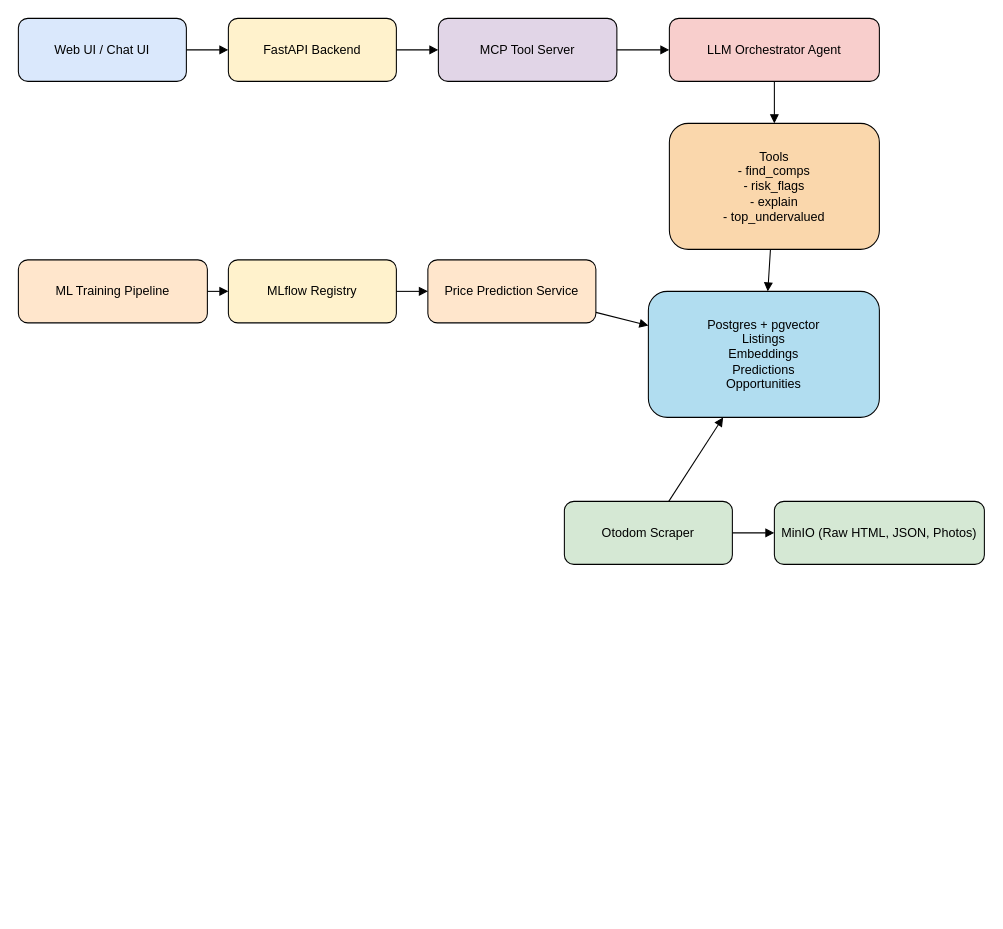
Before: architecture.drawio in kyryloku-wk/realestate-ai, a draw.io diagram. Source tidied: cells renumbered, new cells numbered last; positions are measured from the earlier drawing's top-left corner, leaving out a move shared by most shapes. Both pictures are drawn from the tidied source at 105%, with x=0, y=0 at pixel (18, 18).
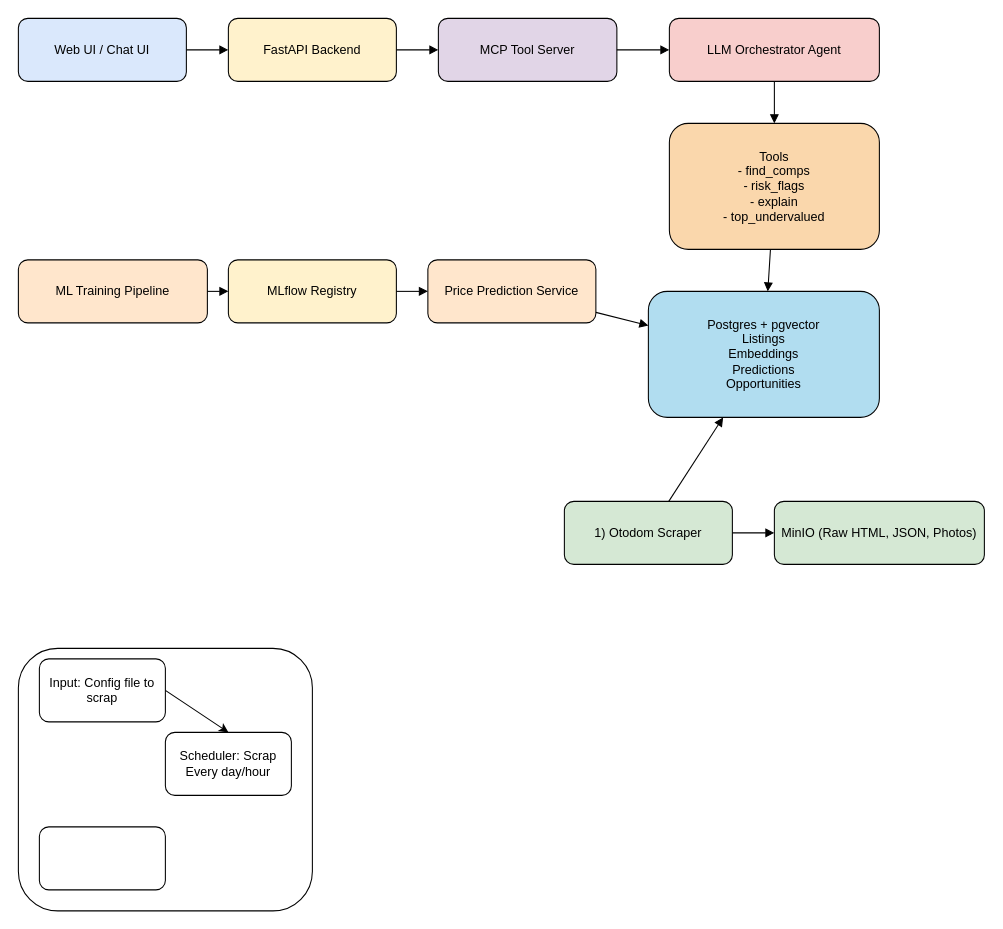
The same diagram, later.

Diff of the diagram source:
```diff
@@
-    <mxCell id="7" value="Otodom Scraper" style="rounded=1;whiteSpace=wrap;html=1;fillColor=#d5e8d4;" parent="1" vertex="1">
+    <mxCell id="7" value="1) Otodom Scraper" style="rounded=1;whiteSpace=wrap;html=1;fillColor=#d5e8d4;" parent="1" vertex="1">
       <mxGeometry x="520" y="460" width="160" height="60" as="geometry" />
     </mxCell>
@@
+    <mxCell id="23" style="rounded=1;whiteSpace=wrap;html=1;" parent="1" vertex="1">
+      <mxGeometry y="600" width="280" height="250" as="geometry" />
+    </mxCell>
+    <mxCell id="24" style="edgeStyle=none;html=1;exitX=1;exitY=0.5;exitDx=0;exitDy=0;entryX=0.5;entryY=0;entryDx=0;entryDy=0;" parent="1" edge="1" source="25" target="26">
+      <mxGeometry relative="1" as="geometry" />
+    </mxCell>
+    <mxCell id="25" value="Input: Config file to scrap" style="rounded=1;whiteSpace=wrap;html=1;" parent="1" vertex="1">
+      <mxGeometry x="20" y="610" width="120" height="60" as="geometry" />
+    </mxCell>
+    <mxCell id="26" value="Scheduler: Scrap Every day/hour" style="rounded=1;whiteSpace=wrap;html=1;" parent="1" vertex="1">
+      <mxGeometry x="140" y="680" width="120" height="60" as="geometry" />
+    </mxCell>
+    <mxCell id="27" style="rounded=1;whiteSpace=wrap;html=1;" parent="1" vertex="1">
+      <mxGeometry x="20" y="770" width="120" height="60" as="geometry" />
+    </mxCell>
```
